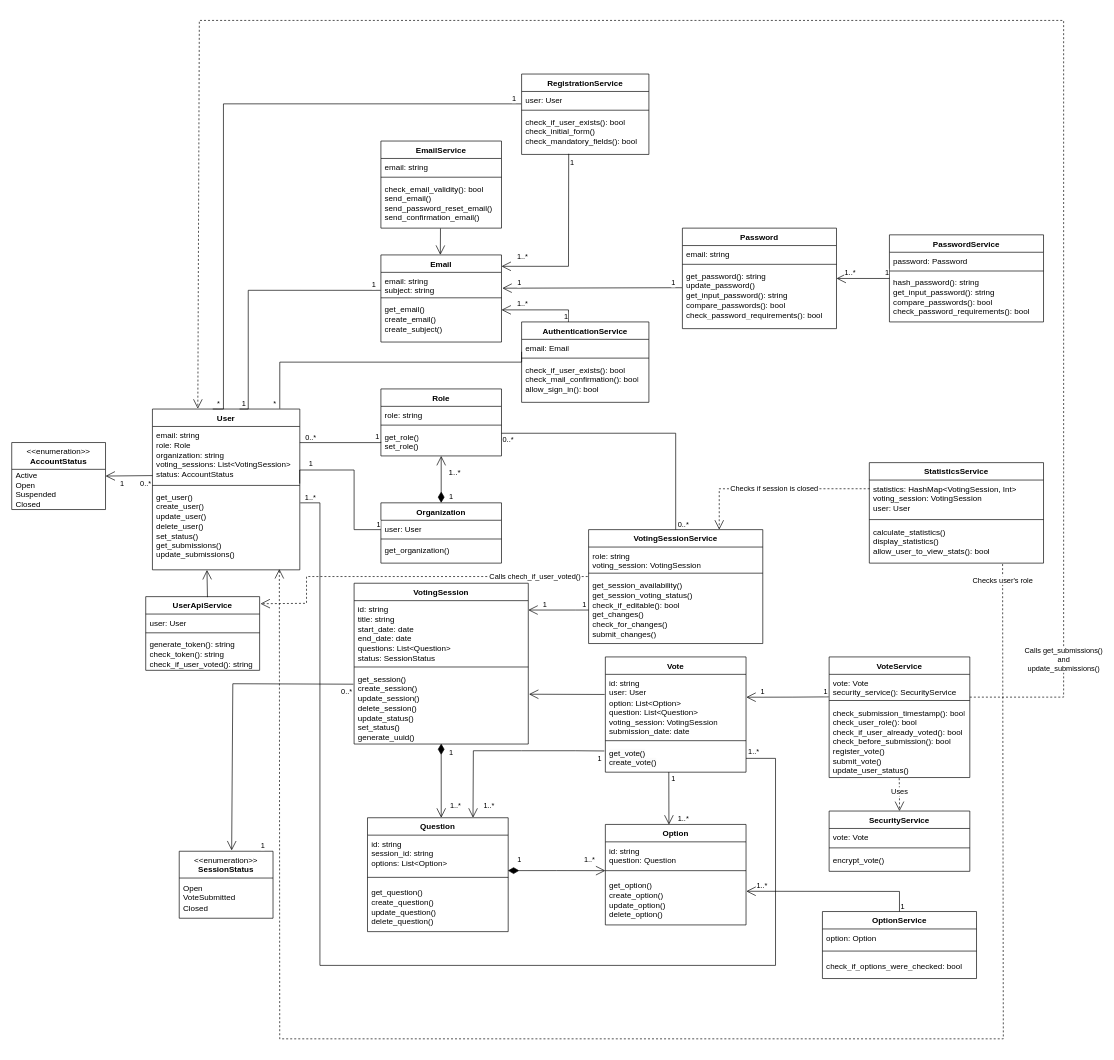
Above: page "C4/UML" (4 of 4) of API diagram.drawio in adinaned/Proiect-Disertatie (draw.io), before the change. Source tidied: cells renumbered, new cells numbered last; positions are measured from the earlier drawing's top-left corner, leaving out a move shared by most shapes. Both pictures are drawn from the tidied source at 67%, with x=0, y=0 at pixel (11, 20).
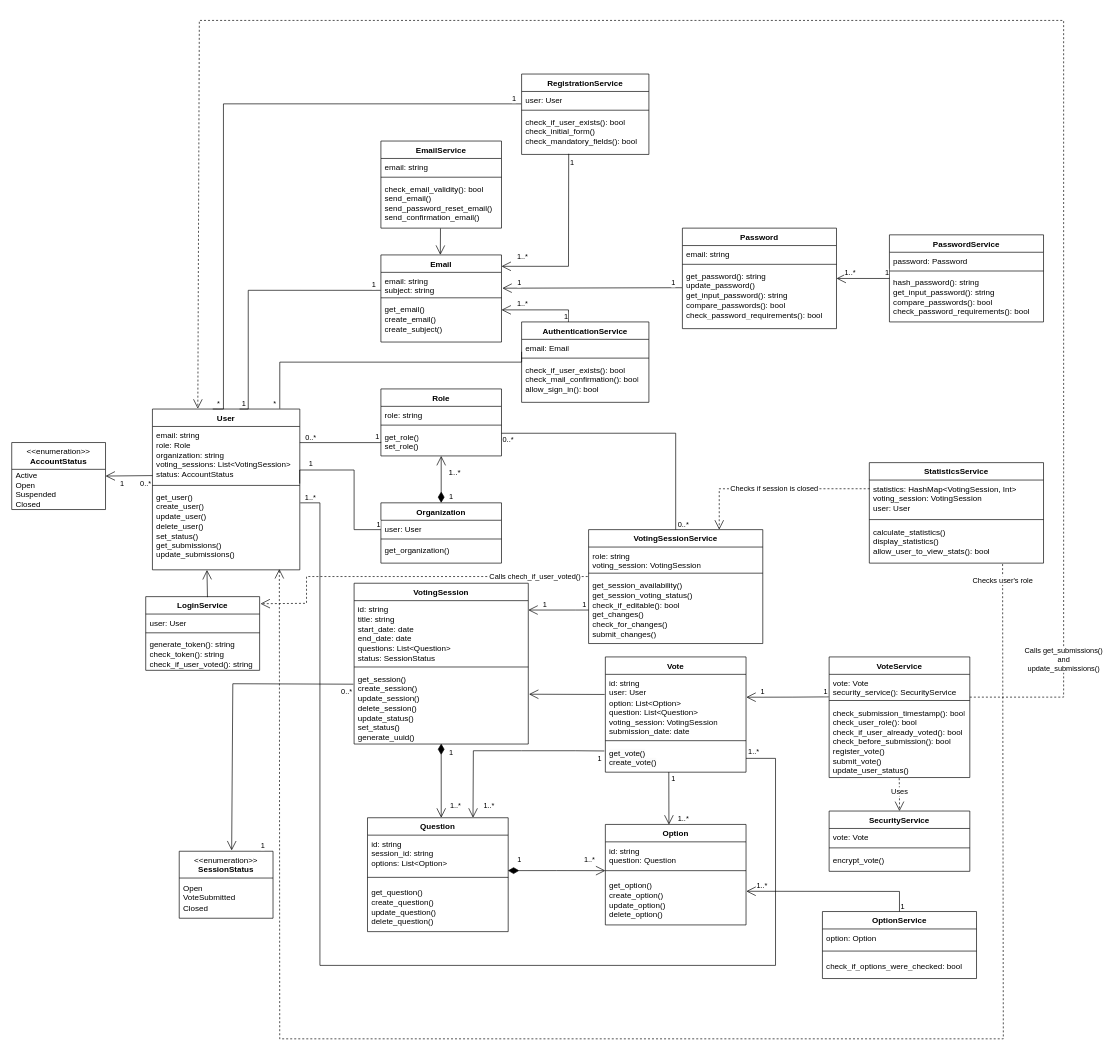
The same diagram, later.

Diff of the diagram source:
```diff
@@
-    <mxCell id="119" value="UserApiService" style="swimlane;fontStyle=1;align=center;verticalAlign=top;horizontal=1;startSize=26;whiteSpace=wrap;html=1;" parent="1" vertex="1">
+    <mxCell id="119" value="LoginService" style="swimlane;fontStyle=1;align=center;verticalAlign=top;horizontal=1;startSize=26;whiteSpace=wrap;html=1;" parent="1" vertex="1">
       <mxGeometry x="200" y="860" width="170" height="110" as="geometry" />
     </mxCell>
```
